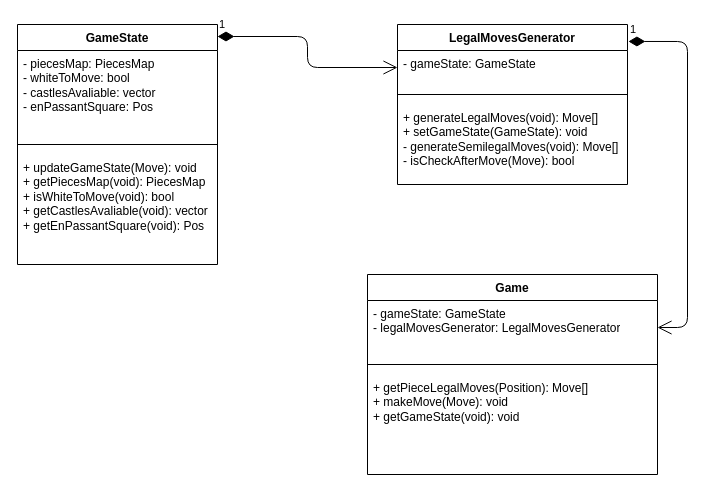
The draw.io diagram game_logic/uml_diagram.drawio in igorsiata/chess, before the edit. Source tidied: cells renumbered, new cells numbered last; positions are measured from the earlier drawing's top-left corner, leaving out a move shared by most shapes. Both pictures are drawn from the tidied source at 100%, with x=0, y=0 at pixel (17, 24).
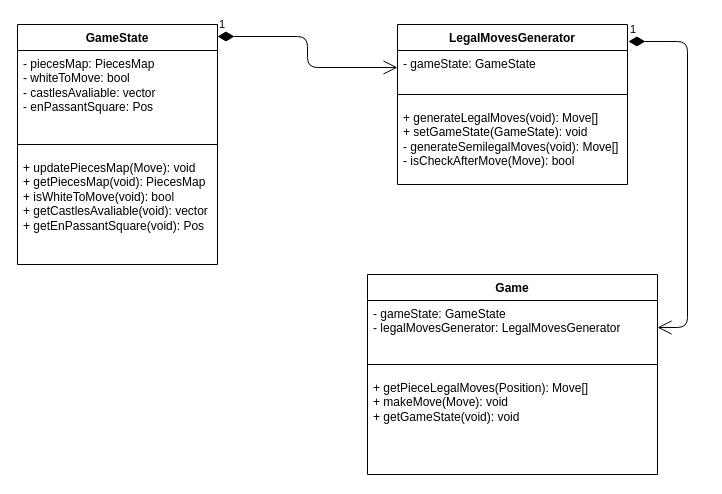
The same page after the edit.

Change to the diagram source:
```diff
@@
 <mxGraphModel>
   <root>
     <mxCell id="0" />
     <mxCell id="1" parent="0" />
     <mxCell id="2" value="GameState" style="swimlane;fontStyle=1;align=center;verticalAlign=top;horizontal=1;startSize=26;whiteSpace=wrap;html=1;" parent="1" vertex="1">
       <mxGeometry width="200" height="240" as="geometry" />
     </mxCell>
     <mxCell id="3" value="- piecesMap: PiecesMap&lt;div&gt;- whiteToMove: bool&lt;/div&gt;&lt;div&gt;- castlesAvaliable: vector&lt;/div&gt;&lt;div&gt;- enPassantSquare: Pos&lt;/div&gt;" style="text;strokeColor=none;fillColor=none;align=left;verticalAlign=top;spacingLeft=4;spacingRight=4;overflow=hidden;whiteSpace=wrap;html=1;" parent="2" vertex="1">
       <mxGeometry y="26" width="200" height="84" as="geometry" />
     </mxCell>
     <mxCell id="4" style="line;strokeWidth=1;fillColor=none;align=left;verticalAlign=middle;spacingTop=-1;spacingLeft=3;spacingRight=3;labelPosition=right;strokeColor=inherit;" parent="2" vertex="1">
       <mxGeometry y="110" width="200" height="20" as="geometry" />
     </mxCell>
-    <mxCell id="5" value="&lt;div&gt;+ updateGameState(Move): void&lt;/div&gt;+ getPiecesMap(void): PiecesMap&lt;div&gt;+ isWhiteToMove(void): bool&lt;/div&gt;&lt;div&gt;+ getCastlesAvaliable(void): vector&lt;/div&gt;&lt;div&gt;+ getEnPassantSquare(void): Pos&lt;/div&gt;" style="text;strokeColor=none;fillColor=none;align=left;verticalAlign=top;spacingLeft=4;spacingRight=4;overflow=hidden;whiteSpace=wrap;html=1;" parent="2" vertex="1">
+    <mxCell id="5" value="&lt;div&gt;+ updatePiecesMap(Move): void&lt;/div&gt;+ getPiecesMap(void): PiecesMap&lt;div&gt;+ isWhiteToMove(void): bool&lt;/div&gt;&lt;div&gt;+ getCastlesAvaliable(void): vector&lt;/div&gt;&lt;div&gt;+ getEnPassantSquare(void): Pos&lt;/div&gt;" style="text;strokeColor=none;fillColor=none;align=left;verticalAlign=top;spacingLeft=4;spacingRight=4;overflow=hidden;whiteSpace=wrap;html=1;" parent="2" vertex="1">
       <mxGeometry y="130" width="200" height="110" as="geometry" />
     </mxCell>
     <mxCell id="6" value="LegalMovesGenerator" style="swimlane;fontStyle=1;align=center;verticalAlign=top;horizontal=1;startSize=26;whiteSpace=wrap;html=1;" parent="1" vertex="1">
       <mxGeometry x="380" width="230" height="160" as="geometry" />
     </mxCell>
     <mxCell id="7" value="- gameState: GameState" style="text;strokeColor=none;fillColor=none;align=left;verticalAlign=top;spacingLeft=4;spacingRight=4;overflow=hidden;points=[[0,0.5],[1,0.5]];portConstraint=eastwest;whiteSpace=wrap;html=1;" parent="6" vertex="1">
       <mxGeometry y="26" width="230" height="34" as="geometry" />
     </mxCell>
     <mxCell id="8" style="line;strokeWidth=1;fillColor=none;align=left;verticalAlign=middle;spacingTop=-1;spacingLeft=3;spacingRight=3;labelPosition=right;strokeColor=inherit;" parent="6" vertex="1">
       <mxGeometry y="60" width="230" height="20" as="geometry" />
     </mxCell>
     <mxCell id="9" value="&lt;div&gt;+ generateLegalMoves(void): Move[]&lt;/div&gt;&lt;div&gt;+ setGameState(GameState): void&lt;/div&gt;&lt;div&gt;- generateSemilegalMoves(void): Move[]&lt;/div&gt;&lt;div&gt;- isCheckAfterMove(Move): bool&lt;/div&gt;" style="text;strokeColor=none;fillColor=none;align=left;verticalAlign=top;spacingLeft=4;spacingRight=4;overflow=hidden;whiteSpace=wrap;html=1;" parent="6" vertex="1">
       <mxGeometry y="80" width="230" height="80" as="geometry" />
     </mxCell>
     <mxCell id="10" value="1" style="endArrow=open;html=1;endSize=12;startArrow=diamondThin;startSize=14;startFill=1;edgeStyle=orthogonalEdgeStyle;align=left;verticalAlign=bottom;exitX=1;exitY=0.05;exitDx=0;exitDy=0;exitPerimeter=0;" parent="1" edge="1" source="2" target="7">
       <mxGeometry x="-1" y="3" relative="1" as="geometry" />
     </mxCell>
     <mxCell id="11" value="Game" style="swimlane;fontStyle=1;align=center;verticalAlign=top;horizontal=1;startSize=26;whiteSpace=wrap;html=1;" parent="1" vertex="1">
       <mxGeometry x="350" y="250" width="290" height="200" as="geometry" />
     </mxCell>
     <mxCell id="12" value="- gameState: GameState&lt;div&gt;- legalMovesGenerator: LegalMovesGenerator&lt;/div&gt;" style="text;strokeColor=none;fillColor=none;align=left;verticalAlign=top;spacingLeft=4;spacingRight=4;overflow=hidden;points=[[0,0.5],[1,0.5]];portConstraint=eastwest;whiteSpace=wrap;html=1;" parent="11" vertex="1">
       <mxGeometry y="26" width="290" height="54" as="geometry" />
     </mxCell>
     <mxCell id="13" style="line;strokeWidth=1;fillColor=none;align=left;verticalAlign=middle;spacingTop=-1;spacingLeft=3;spacingRight=3;labelPosition=right;strokeColor=inherit;" parent="11" vertex="1">
       <mxGeometry y="80" width="290" height="20" as="geometry" />
     </mxCell>
     <mxCell id="14" value="&lt;div&gt;+ getPieceLegalMoves(Position): Move[]&lt;/div&gt;&lt;div&gt;+ makeMove(Move): void&lt;/div&gt;&lt;div&gt;+ getGameState(void): void&lt;/div&gt;" style="text;strokeColor=none;fillColor=none;align=left;verticalAlign=top;spacingLeft=4;spacingRight=4;overflow=hidden;whiteSpace=wrap;html=1;" parent="11" vertex="1">
       <mxGeometry y="100" width="290" height="100" as="geometry" />
     </mxCell>
     <mxCell id="15" value="1" style="endArrow=open;html=1;endSize=12;startArrow=diamondThin;startSize=14;startFill=1;edgeStyle=orthogonalEdgeStyle;align=left;verticalAlign=bottom;exitX=1.004;exitY=0.106;exitDx=0;exitDy=0;exitPerimeter=0;entryX=1;entryY=0.5;entryDx=0;entryDy=0;" parent="1" edge="1" source="6" target="12">
       <mxGeometry x="-1" y="3" relative="1" as="geometry">
         <Array as="points">
           <mxPoint x="670" y="17" />
           <mxPoint x="670" y="303" />
         </Array>
       </mxGeometry>
     </mxCell>
   </root>
 </mxGraphModel>
```
